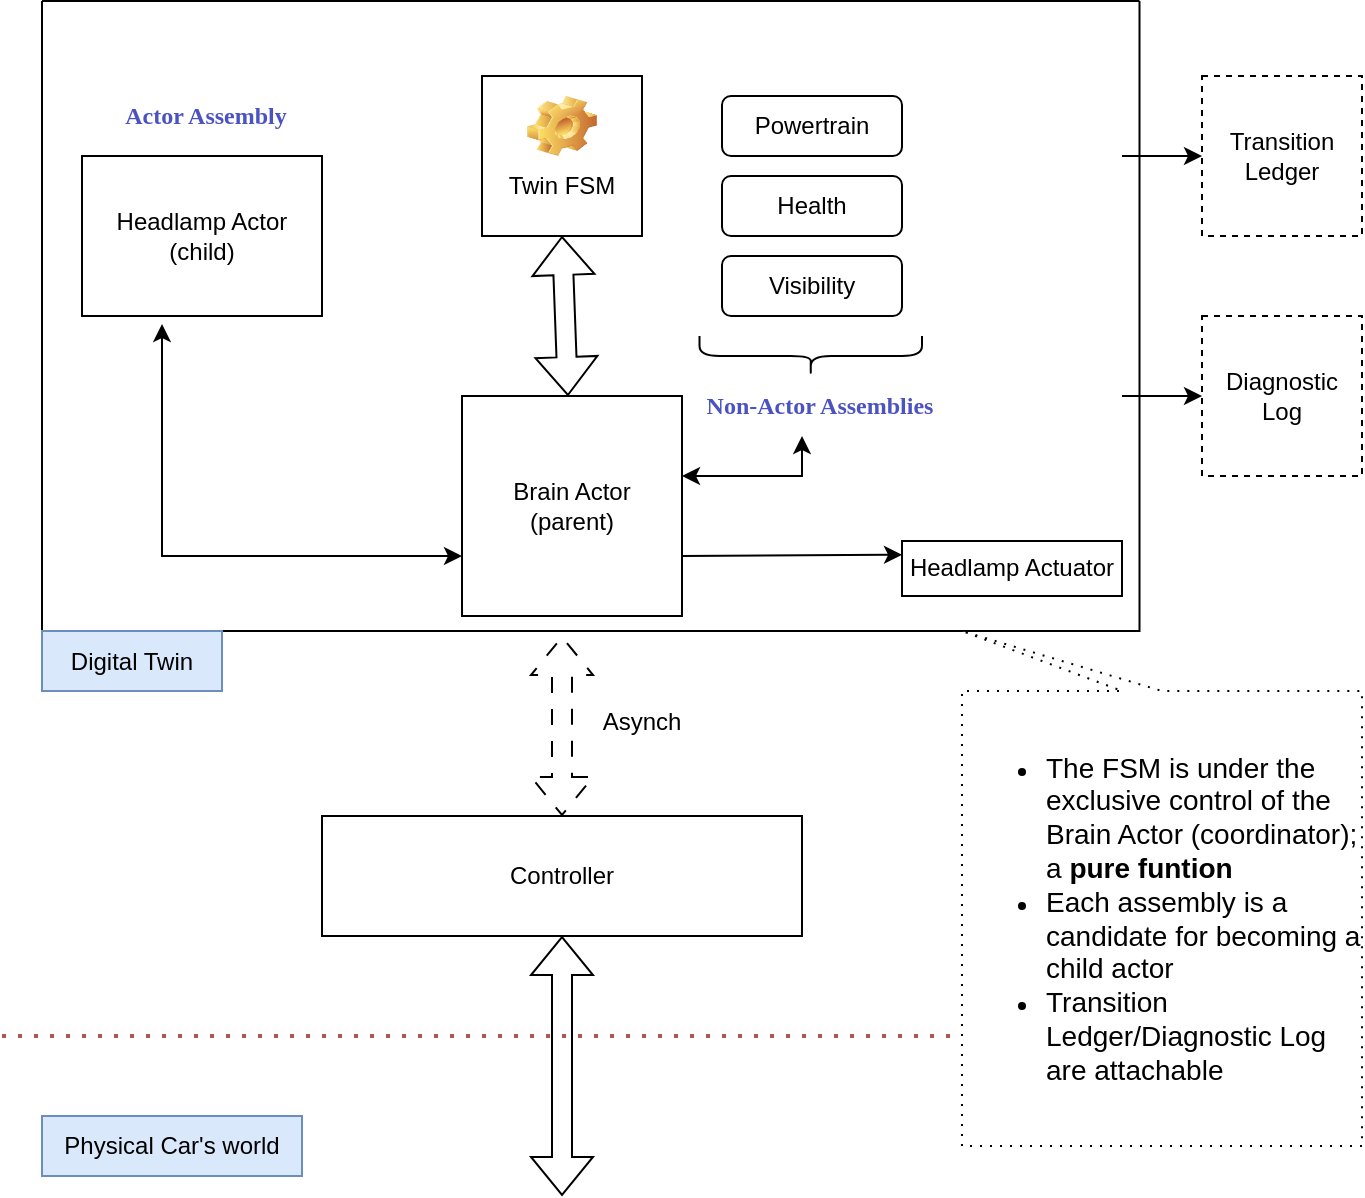
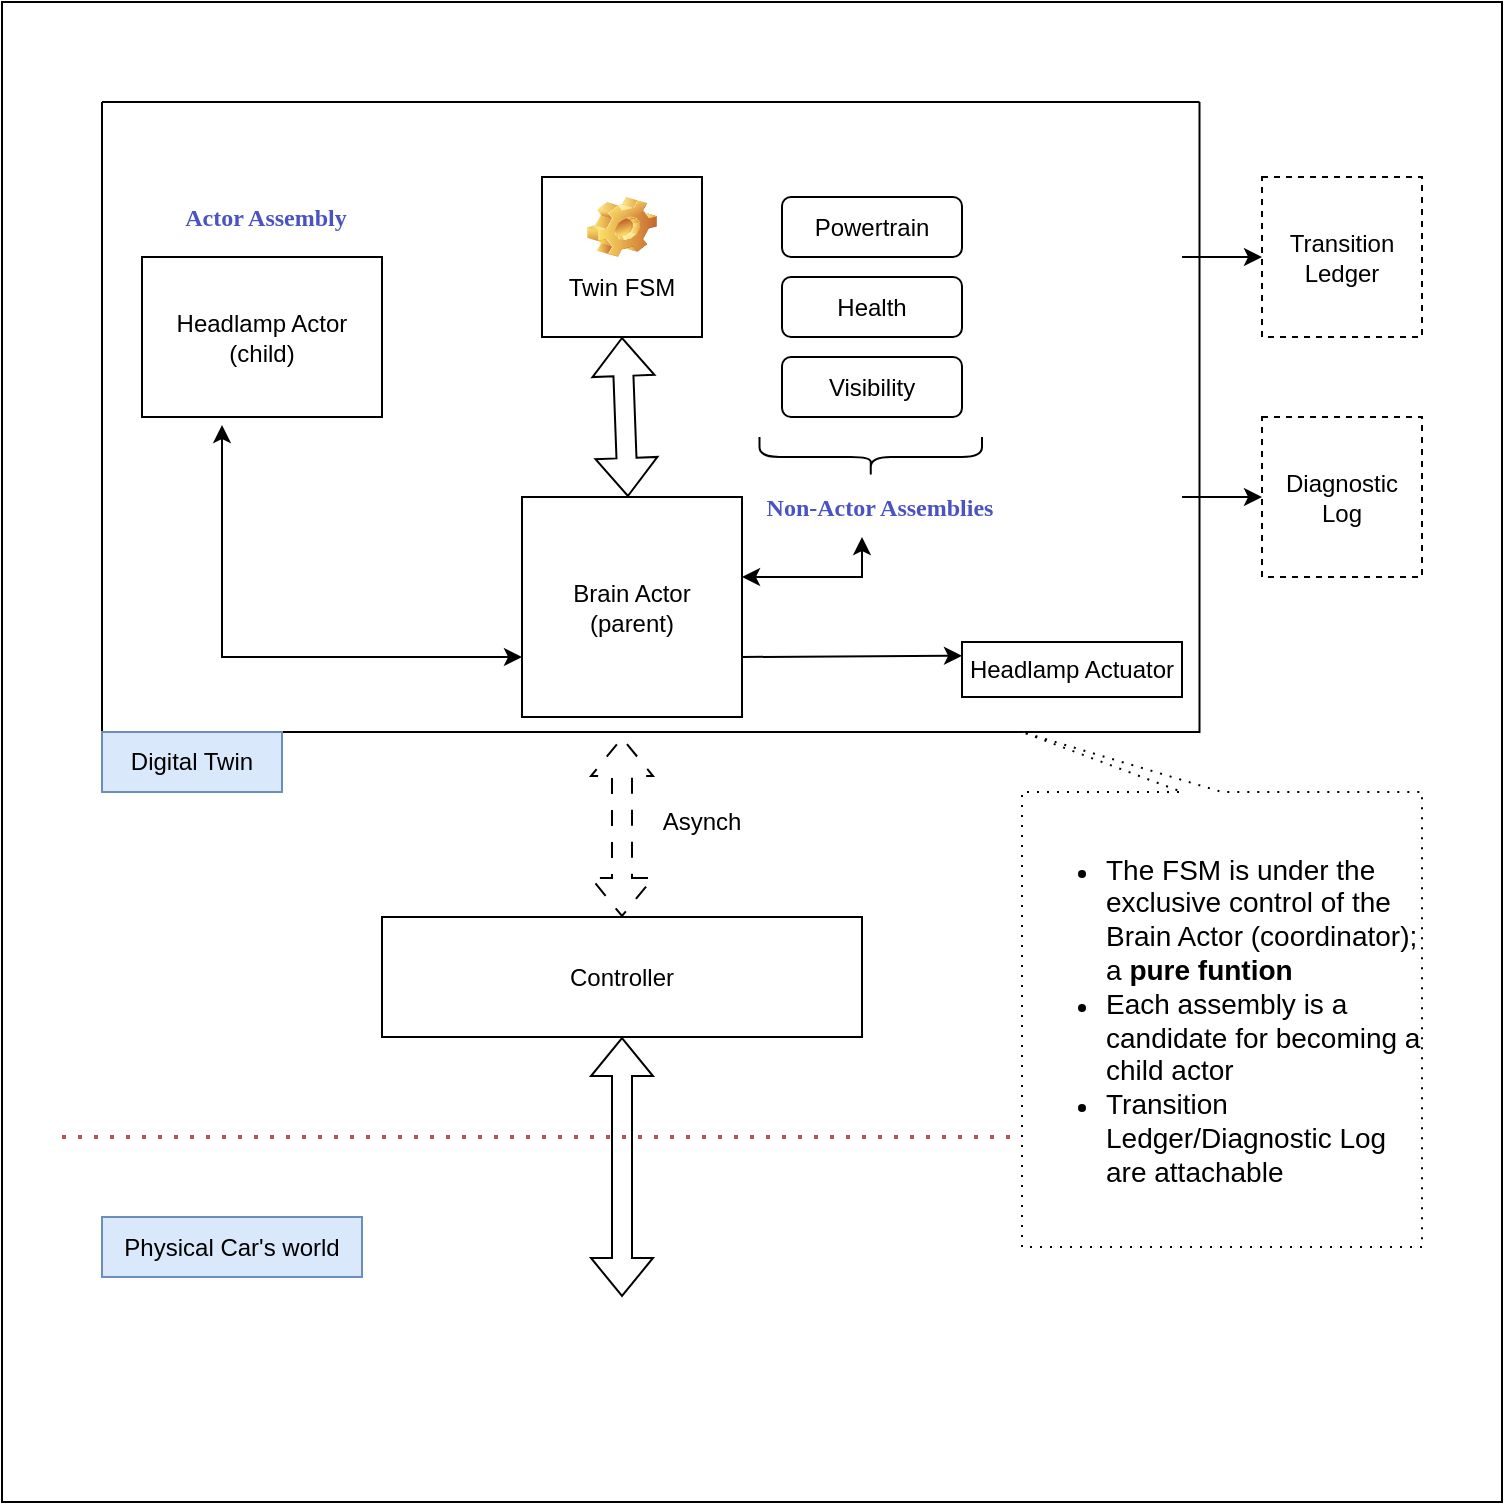
<mxfile host="Electron">
  <diagram name="Page-1" id="EvI6-2QXSZw0DOxcfS8j">
-     <mxGraphModel dx="1414" dy="849" grid="1" gridSize="10" guides="1" tooltips="1" connect="1" arrows="1" fold="1" page="1" pageScale="1" pageWidth="850" pageHeight="1100" math="0" shadow="0">
+     <mxGraphModel dx="1414" dy="849" grid="1" gridSize="10" guides="1" tooltips="1" connect="1" arrows="1" fold="1" page="1" pageScale="1" pageWidth="827" pageHeight="1169" math="0" shadow="0">
      <root>
        <mxCell id="0" />
        <mxCell id="1" parent="0" />
-         <mxCell id="UQfkVHxvJlXM3FPMsuOE-1" connectable="0" parent="1" style="group" value="" vertex="1">
-           <mxGeometry height="597.5" width="680" x="80" y="42.5" as="geometry" />
+         <mxCell id="UQfkVHxvJlXM3FPMsuOE-8" parent="1" style="whiteSpace=wrap;html=1;aspect=fixed;" value="" vertex="1">
+           <mxGeometry height="750" width="750" x="50" y="70" as="geometry" />
        </mxCell>
-         <mxCell id="EaOiRpVK7jQ84OrjBhep-25" parent="UQfkVHxvJlXM3FPMsuOE-1" style="whiteSpace=wrap;html=1;aspect=fixed;dashed=1;" value="Transition Ledger" vertex="1">
+         <mxCell id="UQfkVHxvJlXM3FPMsuOE-6" connectable="0" parent="1" style="group" value="" vertex="1">
+           <mxGeometry height="597.5" width="680" x="80" y="120" as="geometry" />
+         </mxCell>
+         <mxCell id="EaOiRpVK7jQ84OrjBhep-25" parent="UQfkVHxvJlXM3FPMsuOE-6" style="whiteSpace=wrap;html=1;aspect=fixed;dashed=1;" value="Transition Ledger" vertex="1">
          <mxGeometry height="80" width="80" x="600" y="37.5" as="geometry" />
        </mxCell>
-         <mxCell id="EaOiRpVK7jQ84OrjBhep-26" parent="UQfkVHxvJlXM3FPMsuOE-1" style="whiteSpace=wrap;html=1;aspect=fixed;dashed=1;" value="Diagnostic Log" vertex="1">
+         <mxCell id="EaOiRpVK7jQ84OrjBhep-26" parent="UQfkVHxvJlXM3FPMsuOE-6" style="whiteSpace=wrap;html=1;aspect=fixed;dashed=1;" value="Diagnostic Log" vertex="1">
          <mxGeometry height="80" width="80" x="600" y="157.5" as="geometry" />
        </mxCell>
-         <mxCell id="EaOiRpVK7jQ84OrjBhep-27" parent="UQfkVHxvJlXM3FPMsuOE-1" style="swimlane;startSize=0;" value="" vertex="1">
+         <mxCell id="EaOiRpVK7jQ84OrjBhep-27" parent="UQfkVHxvJlXM3FPMsuOE-6" style="swimlane;startSize=0;" value="" vertex="1">
          <mxGeometry height="315" width="548.75" x="20" as="geometry" />
        </mxCell>
        <mxCell id="EaOiRpVK7jQ84OrjBhep-11" connectable="0" parent="EaOiRpVK7jQ84OrjBhep-27" style="group" value="" vertex="1">
          <mxGeometry height="110" width="90" x="340" y="47.5" as="geometry" />
        </mxCell>
        <mxCell id="EaOiRpVK7jQ84OrjBhep-8" parent="EaOiRpVK7jQ84OrjBhep-11" style="rounded=1;whiteSpace=wrap;html=1;" value="Powertrain" vertex="1">
          <mxGeometry height="30" width="90" as="geometry" />
        </mxCell>
        <mxCell id="EaOiRpVK7jQ84OrjBhep-9" parent="EaOiRpVK7jQ84OrjBhep-11" style="rounded=1;whiteSpace=wrap;html=1;" value="Health" vertex="1">
          <mxGeometry height="30" width="90" y="40" as="geometry" />
        </mxCell>
        <mxCell id="EaOiRpVK7jQ84OrjBhep-10" parent="EaOiRpVK7jQ84OrjBhep-11" style="rounded=1;whiteSpace=wrap;html=1;" value="Visibility" vertex="1">
          <mxGeometry height="30" width="90" y="80" as="geometry" />
        </mxCell>
        <mxCell id="EaOiRpVK7jQ84OrjBhep-17" parent="EaOiRpVK7jQ84OrjBhep-27" style="shape=curlyBracket;whiteSpace=wrap;html=1;rounded=1;flipH=1;labelPosition=right;verticalLabelPosition=middle;align=left;verticalAlign=middle;legacyAnchorPoints=0;direction=north;" value="" vertex="1">
          <mxGeometry height="20" width="111.25" x="328.75" y="167.5" as="geometry" />
        </mxCell>
        <mxCell id="EaOiRpVK7jQ84OrjBhep-18" parent="EaOiRpVK7jQ84OrjBhep-27" style="text;html=1;whiteSpace=wrap;strokeColor=none;fillColor=none;align=center;verticalAlign=middle;rounded=0;rotation=0;" value="&lt;font style=&quot;color: light-dark(rgb(75, 83, 195), rgb(237, 237, 237));&quot; face=&quot;Lucida Console&quot;&gt;&lt;b&gt;Non-Actor Assemblies&lt;/b&gt;&lt;/font&gt;" vertex="1">
          <mxGeometry height="30" width="117.5" x="330" y="187.5" as="geometry" />
        </mxCell>
        <mxCell id="EaOiRpVK7jQ84OrjBhep-44" parent="EaOiRpVK7jQ84OrjBhep-27" style="rounded=0;whiteSpace=wrap;html=1;" value="Headlamp Actuator" vertex="1">
          <mxGeometry height="27.5" width="110" x="430" y="270" as="geometry" />
        </mxCell>
        <mxCell id="EaOiRpVK7jQ84OrjBhep-45" edge="1" parent="EaOiRpVK7jQ84OrjBhep-27" style="endArrow=classic;startArrow=classic;html=1;rounded=0;" value="">
          <mxGeometry height="50" relative="1" width="50" as="geometry">
            <Array as="points">
              <mxPoint x="380" y="237.5" />
            </Array>
            <mxPoint x="320" y="237.5" as="sourcePoint" />
            <mxPoint x="380" y="217.5" as="targetPoint" />
          </mxGeometry>
        </mxCell>
        <mxCell id="EaOiRpVK7jQ84OrjBhep-48" edge="1" parent="EaOiRpVK7jQ84OrjBhep-27" style="edgeStyle=none;orthogonalLoop=1;jettySize=auto;html=1;rounded=0;entryX=0;entryY=0.25;entryDx=0;entryDy=0;" target="EaOiRpVK7jQ84OrjBhep-44" value="">
          <mxGeometry relative="1" width="100" as="geometry">
            <Array as="points" />
            <mxPoint x="320" y="277.5" as="sourcePoint" />
            <mxPoint x="420" y="277.5" as="targetPoint" />
          </mxGeometry>
        </mxCell>
-         <mxCell id="EaOiRpVK7jQ84OrjBhep-28" edge="1" parent="UQfkVHxvJlXM3FPMsuOE-1" style="endArrow=classic;html=1;rounded=0;entryX=0;entryY=0.5;entryDx=0;entryDy=0;" target="EaOiRpVK7jQ84OrjBhep-25" value="">
+         <mxCell id="EaOiRpVK7jQ84OrjBhep-28" edge="1" parent="UQfkVHxvJlXM3FPMsuOE-6" style="endArrow=classic;html=1;rounded=0;entryX=0;entryY=0.5;entryDx=0;entryDy=0;" target="EaOiRpVK7jQ84OrjBhep-25" value="">
          <mxGeometry height="50" relative="1" width="50" as="geometry">
            <mxPoint x="560" y="77.5" as="sourcePoint" />
            <mxPoint x="580" y="27.5" as="targetPoint" />
          </mxGeometry>
        </mxCell>
-         <mxCell id="EaOiRpVK7jQ84OrjBhep-29" edge="1" parent="UQfkVHxvJlXM3FPMsuOE-1" style="endArrow=classic;html=1;rounded=0;entryX=0;entryY=0.5;entryDx=0;entryDy=0;" target="EaOiRpVK7jQ84OrjBhep-26" value="">
+         <mxCell id="EaOiRpVK7jQ84OrjBhep-29" edge="1" parent="UQfkVHxvJlXM3FPMsuOE-6" style="endArrow=classic;html=1;rounded=0;entryX=0;entryY=0.5;entryDx=0;entryDy=0;" target="EaOiRpVK7jQ84OrjBhep-26" value="">
          <mxGeometry height="50" relative="1" width="50" as="geometry">
            <Array as="points" />
            <mxPoint x="560" y="197.5" as="sourcePoint" />
            <mxPoint x="630" y="77.5" as="targetPoint" />
          </mxGeometry>
        </mxCell>
-         <mxCell id="EaOiRpVK7jQ84OrjBhep-4" parent="UQfkVHxvJlXM3FPMsuOE-1" style="whiteSpace=wrap;html=1;aspect=fixed;" value="Brain Actor&lt;div&gt;(parent)&lt;/div&gt;" vertex="1">
+         <mxCell id="EaOiRpVK7jQ84OrjBhep-4" parent="UQfkVHxvJlXM3FPMsuOE-6" style="whiteSpace=wrap;html=1;aspect=fixed;" value="Brain Actor&lt;div&gt;(parent)&lt;/div&gt;" vertex="1">
          <mxGeometry height="110" width="110" x="230" y="197.5" as="geometry" />
        </mxCell>
-         <mxCell id="EaOiRpVK7jQ84OrjBhep-7" connectable="0" parent="UQfkVHxvJlXM3FPMsuOE-1" style="group" value="" vertex="1">
+         <mxCell id="EaOiRpVK7jQ84OrjBhep-7" connectable="0" parent="UQfkVHxvJlXM3FPMsuOE-6" style="group" value="" vertex="1">
          <mxGeometry height="80" width="80" x="240" y="37.5" as="geometry" />
        </mxCell>
        <mxCell id="EaOiRpVK7jQ84OrjBhep-3" parent="EaOiRpVK7jQ84OrjBhep-7" style="whiteSpace=wrap;html=1;aspect=fixed;" value="" vertex="1">
          <mxGeometry height="80" width="80" as="geometry" />
        </mxCell>
        <mxCell id="EaOiRpVK7jQ84OrjBhep-5" parent="EaOiRpVK7jQ84OrjBhep-7" style="shape=image;html=1;verticalLabelPosition=bottom;verticalAlign=top;imageAspect=0;image=img/clipart/Gear_128x128.png" value="" vertex="1">
          <mxGeometry height="30" width="35" x="22.5" y="10" as="geometry" />
        </mxCell>
        <mxCell id="EaOiRpVK7jQ84OrjBhep-6" parent="EaOiRpVK7jQ84OrjBhep-7" style="text;html=1;whiteSpace=wrap;strokeColor=none;fillColor=none;align=center;verticalAlign=middle;rounded=0;" value="Twin FSM" vertex="1">
          <mxGeometry height="30" width="60" x="10" y="40" as="geometry" />
        </mxCell>
-         <mxCell id="EaOiRpVK7jQ84OrjBhep-12" edge="1" parent="UQfkVHxvJlXM3FPMsuOE-1" source="EaOiRpVK7jQ84OrjBhep-4" style="shape=flexArrow;endArrow=classic;startArrow=classic;html=1;rounded=0;entryX=0.5;entryY=1;entryDx=0;entryDy=0;" target="EaOiRpVK7jQ84OrjBhep-3" value="">
+         <mxCell id="EaOiRpVK7jQ84OrjBhep-12" edge="1" parent="UQfkVHxvJlXM3FPMsuOE-6" source="EaOiRpVK7jQ84OrjBhep-4" style="shape=flexArrow;endArrow=classic;startArrow=classic;html=1;rounded=0;entryX=0.5;entryY=1;entryDx=0;entryDy=0;" target="EaOiRpVK7jQ84OrjBhep-3" value="">
          <mxGeometry height="100" relative="1" width="100" as="geometry">
            <mxPoint x="190" y="217.5" as="sourcePoint" />
            <mxPoint x="290" y="117.5" as="targetPoint" />
          </mxGeometry>
        </mxCell>
-         <mxCell id="EaOiRpVK7jQ84OrjBhep-16" edge="1" parent="UQfkVHxvJlXM3FPMsuOE-1" style="endArrow=classic;startArrow=classic;html=1;rounded=0;" value="">
+         <mxCell id="EaOiRpVK7jQ84OrjBhep-16" edge="1" parent="UQfkVHxvJlXM3FPMsuOE-6" style="endArrow=classic;startArrow=classic;html=1;rounded=0;" value="">
          <mxGeometry height="50" relative="1" width="50" as="geometry">
            <Array as="points">
              <mxPoint x="80" y="277.5" />
              <mxPoint x="80" y="217.5" />
            </Array>
            <mxPoint x="230" y="277.5" as="sourcePoint" />
            <mxPoint x="80" y="161.5" as="targetPoint" />
          </mxGeometry>
        </mxCell>
-         <mxCell id="EaOiRpVK7jQ84OrjBhep-21" connectable="0" parent="UQfkVHxvJlXM3FPMsuOE-1" style="group" value="" vertex="1">
+         <mxCell id="EaOiRpVK7jQ84OrjBhep-21" connectable="0" parent="UQfkVHxvJlXM3FPMsuOE-6" style="group" value="" vertex="1">
          <mxGeometry height="115" width="120" x="40" y="42.5" as="geometry" />
        </mxCell>
        <mxCell id="EaOiRpVK7jQ84OrjBhep-1" parent="EaOiRpVK7jQ84OrjBhep-21" style="rounded=0;whiteSpace=wrap;html=1;" value="Headlamp Actor&lt;div&gt;(child)&lt;/div&gt;" vertex="1">
          <mxGeometry height="80" width="120" y="35" as="geometry" />
        </mxCell>
        <mxCell id="EaOiRpVK7jQ84OrjBhep-19" parent="EaOiRpVK7jQ84OrjBhep-21" style="text;html=1;whiteSpace=wrap;strokeColor=none;fillColor=none;align=center;verticalAlign=middle;rounded=0;rotation=0;" value="&lt;font style=&quot;color: light-dark(rgb(75, 83, 195), rgb(237, 237, 237));&quot; face=&quot;Lucida Console&quot;&gt;&lt;b&gt;Actor Assembly&lt;/b&gt;&lt;/font&gt;" vertex="1">
          <mxGeometry height="30" width="117.5" x="2.5" as="geometry" />
        </mxCell>
-         <mxCell id="EaOiRpVK7jQ84OrjBhep-36" parent="UQfkVHxvJlXM3FPMsuOE-1" style="text;html=1;whiteSpace=wrap;strokeColor=#6c8ebf;fillColor=#dae8fc;align=center;verticalAlign=middle;rounded=0;perimeterSpacing=1;" value="Digital Twin" vertex="1">
+         <mxCell id="EaOiRpVK7jQ84OrjBhep-36" parent="UQfkVHxvJlXM3FPMsuOE-6" style="text;html=1;whiteSpace=wrap;strokeColor=#6c8ebf;fillColor=#dae8fc;align=center;verticalAlign=middle;rounded=0;perimeterSpacing=1;" value="Digital Twin" vertex="1">
          <mxGeometry height="30" width="90" x="20" y="315" as="geometry" />
        </mxCell>
-         <mxCell id="EaOiRpVK7jQ84OrjBhep-37" parent="UQfkVHxvJlXM3FPMsuOE-1" style="rounded=0;whiteSpace=wrap;html=1;" value="Controller" vertex="1">
+         <mxCell id="EaOiRpVK7jQ84OrjBhep-37" parent="UQfkVHxvJlXM3FPMsuOE-6" style="rounded=0;whiteSpace=wrap;html=1;" value="Controller" vertex="1">
          <mxGeometry height="60" width="240" x="160" y="407.5" as="geometry" />
        </mxCell>
-         <mxCell id="EaOiRpVK7jQ84OrjBhep-38" edge="1" parent="UQfkVHxvJlXM3FPMsuOE-1" source="EaOiRpVK7jQ84OrjBhep-37" style="shape=flexArrow;endArrow=classic;startArrow=classic;html=1;rounded=0;exitX=0.5;exitY=0;exitDx=0;exitDy=0;dashed=1;dashPattern=8 8;" value="">
+         <mxCell id="EaOiRpVK7jQ84OrjBhep-38" edge="1" parent="UQfkVHxvJlXM3FPMsuOE-6" source="EaOiRpVK7jQ84OrjBhep-37" style="shape=flexArrow;endArrow=classic;startArrow=classic;html=1;rounded=0;exitX=0.5;exitY=0;exitDx=0;exitDy=0;dashed=1;dashPattern=8 8;" value="">
          <mxGeometry height="100" relative="1" width="100" as="geometry">
            <mxPoint x="300" y="417.5" as="sourcePoint" />
            <mxPoint x="280" y="317.5" as="targetPoint" />
          </mxGeometry>
        </mxCell>
-         <mxCell id="EaOiRpVK7jQ84OrjBhep-39" parent="UQfkVHxvJlXM3FPMsuOE-1" style="text;html=1;whiteSpace=wrap;strokeColor=none;fillColor=none;align=center;verticalAlign=middle;rounded=0;" value="Asynch" vertex="1">
+         <mxCell id="EaOiRpVK7jQ84OrjBhep-39" parent="UQfkVHxvJlXM3FPMsuOE-6" style="text;html=1;whiteSpace=wrap;strokeColor=none;fillColor=none;align=center;verticalAlign=middle;rounded=0;" value="Asynch" vertex="1">
          <mxGeometry height="30" width="60" x="290" y="345" as="geometry" />
        </mxCell>
-         <mxCell id="EaOiRpVK7jQ84OrjBhep-41" edge="1" parent="UQfkVHxvJlXM3FPMsuOE-1" style="endArrow=none;dashed=1;html=1;dashPattern=1 3;strokeWidth=2;rounded=0;fillColor=#f8cecc;strokeColor=#b85450;" value="">
+         <mxCell id="EaOiRpVK7jQ84OrjBhep-41" edge="1" parent="UQfkVHxvJlXM3FPMsuOE-6" style="endArrow=none;dashed=1;html=1;dashPattern=1 3;strokeWidth=2;rounded=0;fillColor=#f8cecc;strokeColor=#b85450;" value="">
          <mxGeometry height="50" relative="1" width="50" as="geometry">
            <mxPoint y="517.5" as="sourcePoint" />
            <mxPoint x="600" y="517.5" as="targetPoint" />
          </mxGeometry>
        </mxCell>
-         <mxCell id="EaOiRpVK7jQ84OrjBhep-42" parent="UQfkVHxvJlXM3FPMsuOE-1" style="text;html=1;whiteSpace=wrap;strokeColor=#6c8ebf;fillColor=#dae8fc;align=center;verticalAlign=middle;rounded=0;" value="Physical Car&#39;s world" vertex="1">
+         <mxCell id="EaOiRpVK7jQ84OrjBhep-42" parent="UQfkVHxvJlXM3FPMsuOE-6" style="text;html=1;whiteSpace=wrap;strokeColor=#6c8ebf;fillColor=#dae8fc;align=center;verticalAlign=middle;rounded=0;" value="Physical Car&#39;s world" vertex="1">
          <mxGeometry height="30" width="130" x="20" y="557.5" as="geometry" />
        </mxCell>
-         <mxCell id="EaOiRpVK7jQ84OrjBhep-43" parent="UQfkVHxvJlXM3FPMsuOE-1" style="shape=callout;whiteSpace=wrap;html=1;perimeter=calloutPerimeter;direction=west;position2=1;dashed=1;dashPattern=1 4;align=left;" value="&lt;ul&gt;&lt;li&gt;&lt;font style=&quot;font-size: 14px;&quot;&gt;The FSM is under the exclusive control of the Brain Actor (coordinator); a &lt;b style=&quot;&quot;&gt;pure funtion&lt;/b&gt;&amp;nbsp;&lt;/font&gt;&lt;/li&gt;&lt;li&gt;&lt;font style=&quot;font-size: 14px;&quot;&gt;Each assembly is a candidate for becoming a child actor&lt;/font&gt;&lt;/li&gt;&lt;li&gt;&lt;font style=&quot;font-size: 14px;&quot;&gt;Transition Ledger/Diagnostic Log are attachable&lt;/font&gt;&lt;/li&gt;&lt;/ul&gt;" vertex="1">
+         <mxCell id="EaOiRpVK7jQ84OrjBhep-43" parent="UQfkVHxvJlXM3FPMsuOE-6" style="shape=callout;whiteSpace=wrap;html=1;perimeter=calloutPerimeter;direction=west;position2=1;dashed=1;dashPattern=1 4;align=left;" value="&lt;ul&gt;&lt;li&gt;&lt;font style=&quot;font-size: 14px;&quot;&gt;The FSM is under the exclusive control of the Brain Actor (coordinator); a &lt;b style=&quot;&quot;&gt;pure funtion&lt;/b&gt;&amp;nbsp;&lt;/font&gt;&lt;/li&gt;&lt;li&gt;&lt;font style=&quot;font-size: 14px;&quot;&gt;Each assembly is a candidate for becoming a child actor&lt;/font&gt;&lt;/li&gt;&lt;li&gt;&lt;font style=&quot;font-size: 14px;&quot;&gt;Transition Ledger/Diagnostic Log are attachable&lt;/font&gt;&lt;/li&gt;&lt;/ul&gt;" vertex="1">
          <mxGeometry height="257.5" width="200" x="480" y="315" as="geometry" />
        </mxCell>
-         <mxCell id="EaOiRpVK7jQ84OrjBhep-49" edge="1" parent="UQfkVHxvJlXM3FPMsuOE-1" style="shape=flexArrow;endArrow=classic;startArrow=classic;html=1;rounded=0;" value="">
+         <mxCell id="EaOiRpVK7jQ84OrjBhep-49" edge="1" parent="UQfkVHxvJlXM3FPMsuOE-6" style="shape=flexArrow;endArrow=classic;startArrow=classic;html=1;rounded=0;" value="">
          <mxGeometry height="100" relative="1" width="100" as="geometry">
            <mxPoint x="280" y="597.5" as="sourcePoint" />
            <mxPoint x="280" y="467.5" as="targetPoint" />
          </mxGeometry>
        </mxCell>
      </root>
    </mxGraphModel>
  </diagram>
</mxfile>
